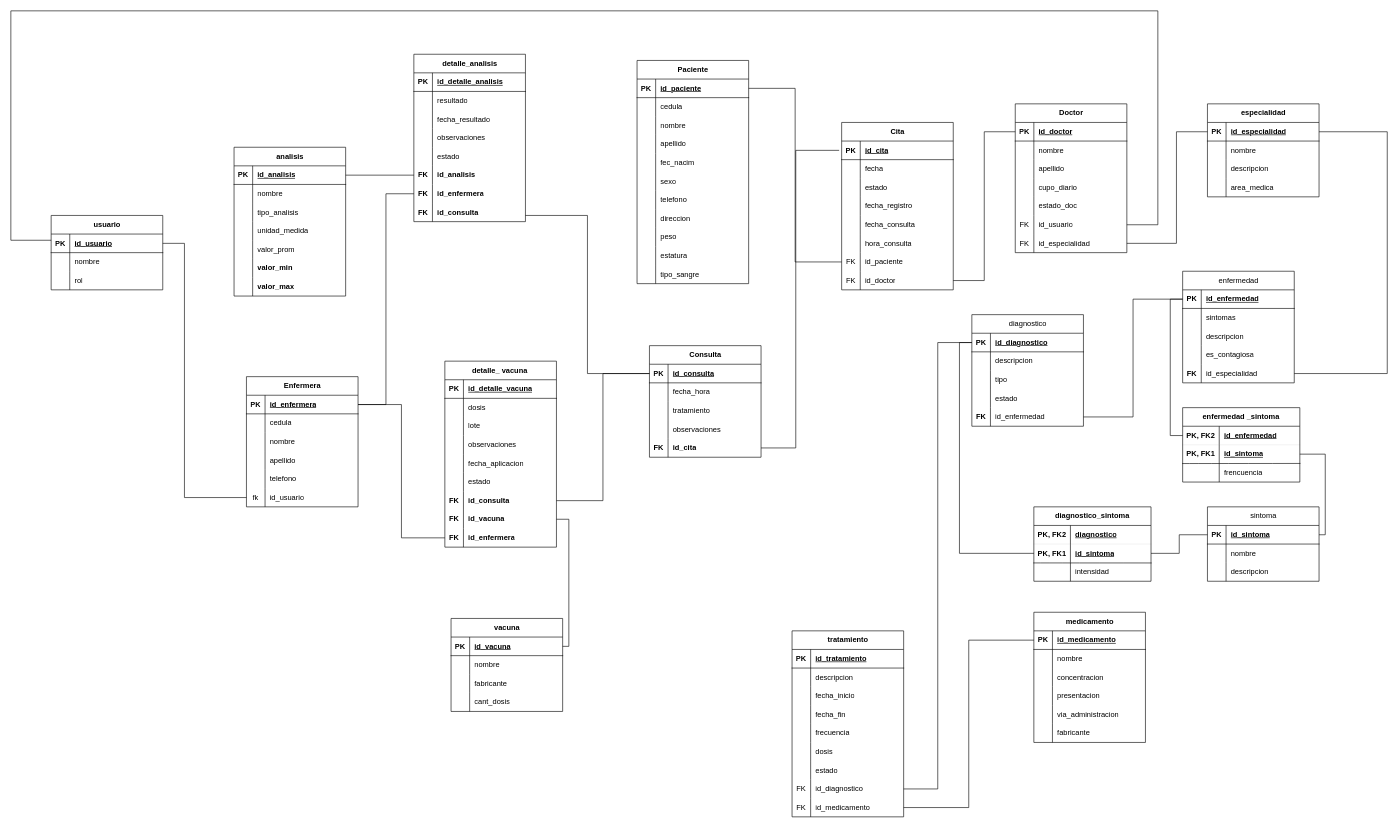
Above: MR_proyecto_final.drawio in lizmarietorres123/ProyectoFinalBD (draw.io), before the change. Source tidied: cells renumbered, new cells numbered last; positions are measured from the earlier drawing's top-left corner, leaving out a move shared by most shapes. Both pictures are drawn from the tidied source at 62%, with x=0, y=0 at pixel (11, 11).
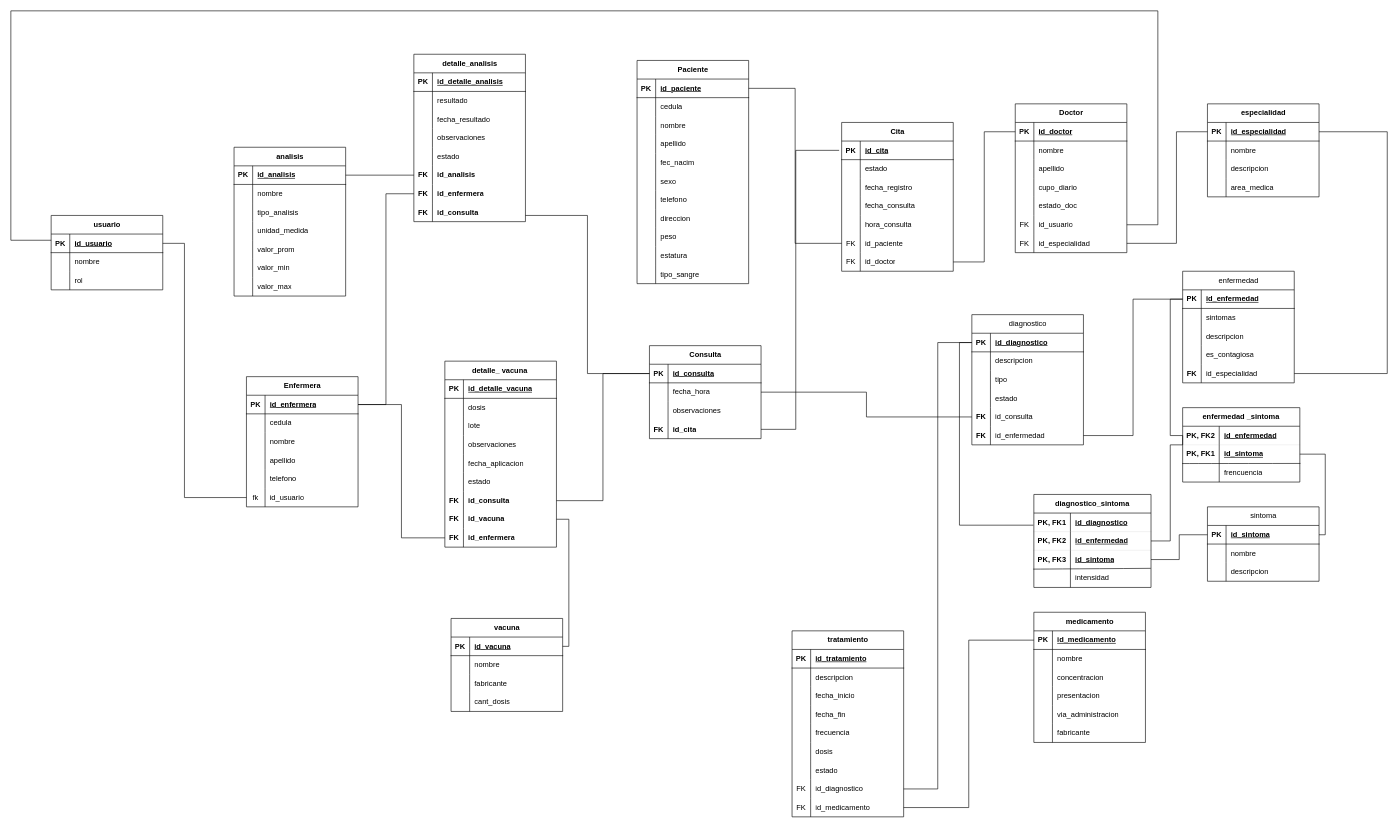
The same page after the edit.

Unchanged cells that the change refers to:
```xml
<mxCell id="99" style="shape=tableRow;horizontal=0;startSize=0;swimlaneHead=0;swimlaneBody=0;fillColor=none;points=[[0,0.5],[1,0.5]];portConstraint=eastwest;top=0;left=0;right=0;bottom=1;" parent="98" vertex="1">
  <mxGeometry y="30" width="180" height="30" as="geometry" />
</mxCell>
<mxCell id="126" style="shape=tableRow;horizontal=0;startSize=0;swimlaneHead=0;swimlaneBody=0;fillColor=none;points=[[0,0.5],[1,0.5]];portConstraint=eastwest;top=0;left=0;right=0;bottom=1;html=1;strokeWidth=0;" parent="125" vertex="1">
  <mxGeometry y="30" width="189" height="30" as="geometry" />
</mxCell>
<mxCell id="139" style="shape=tableRow;horizontal=0;startSize=0;swimlaneHead=0;swimlaneBody=0;fillColor=none;points=[[0,0.5],[1,0.5]];portConstraint=eastwest;top=0;left=0;right=0;bottom=1;" parent="138" vertex="1">
  <mxGeometry y="30" width="180" height="30" as="geometry" />
</mxCell>
<mxCell id="151" style="shape=tableRow;horizontal=0;startSize=0;swimlaneHead=0;swimlaneBody=0;fillColor=none;points=[[0,0.5],[1,0.5]];portConstraint=eastwest;top=0;left=0;right=0;bottom=0;" parent="138" vertex="1">
  <mxGeometry y="150" width="180" height="30" as="geometry" />
</mxCell>
<mxCell id="213" style="shape=tableRow;horizontal=0;startSize=0;swimlaneHead=0;swimlaneBody=0;fillColor=none;points=[[0,0.5],[1,0.5]];portConstraint=eastwest;top=0;left=0;right=0;bottom=0;" parent="209" vertex="1">
  <mxGeometry y="60" width="180" height="30" as="geometry" />
</mxCell>
<mxCell id="332" style="shape=tableRow;horizontal=0;startSize=0;swimlaneHead=0;swimlaneBody=0;fillColor=none;top=0;left=0;right=0;bottom=0;" parent="316" vertex="1">
  <mxGeometry y="180" width="180" height="30" as="geometry" />
</mxCell>
<mxCell id="335" style="shape=tableRow;horizontal=0;startSize=0;swimlaneHead=0;swimlaneBody=0;fillColor=none;top=0;left=0;right=0;bottom=0;" parent="316" vertex="1">
  <mxGeometry y="210" width="180" height="30" as="geometry" />
</mxCell>
<mxCell id="352" style="shape=tableRow;horizontal=0;startSize=0;swimlaneHead=0;swimlaneBody=0;fillColor=none;points=[[0,0.5],[1,0.5]];portConstraint=eastwest;top=0;left=0;right=0;bottom=1;html=1;strokeWidth=0;" parent="351" vertex="1">
  <mxGeometry y="30" width="189" height="30" as="geometry" />
</mxCell>
```

Diff of the diagram source:
```diff
@@
     <mxCell id="58" value="Cita" style="shape=table;startSize=30;childLayout=tableLayout;rowLines=0;fontStyle=1;align=center;html=1;" parent="1" vertex="1">
-      <mxGeometry x="1340" y="180" width="180" height="270" as="geometry" />
+      <mxGeometry x="1340" y="180" width="180" height="240" as="geometry" />
     </mxCell>
@@
-    <mxCell id="62" style="shape=tableRow;horizontal=0;startSize=0;swimlaneHead=0;swimlaneBody=0;fillColor=none;top=0;left=0;right=0;bottom=0;" parent="58" vertex="1">
-      <mxGeometry y="60" width="180" height="30" as="geometry" />
-    </mxCell>
-    <mxCell id="63" style="shape=partialRectangle;fillColor=none;top=0;left=0;bottom=0;right=0;overflow=hidden;whiteSpace=wrap;html=1;" parent="62" vertex="1">
-      <mxGeometry width="30" height="30" as="geometry" />
-    </mxCell>
-    <mxCell id="64" value="fecha" style="shape=partialRectangle;fillColor=none;top=0;left=0;bottom=0;right=0;align=left;spacingLeft=6;overflow=hidden;whiteSpace=wrap;html=1;" parent="62" vertex="1">
-      <mxGeometry x="30" width="150" height="30" as="geometry" />
-    </mxCell>
     <mxCell id="65" style="shape=tableRow;horizontal=0;startSize=0;swimlaneHead=0;swimlaneBody=0;fillColor=none;top=0;left=0;right=0;bottom=0;" parent="58" vertex="1">
-      <mxGeometry y="90" width="180" height="30" as="geometry" />
+      <mxGeometry y="60" width="180" height="30" as="geometry" />
     </mxCell>
@@
     <mxCell id="68" style="shape=tableRow;horizontal=0;startSize=0;swimlaneHead=0;swimlaneBody=0;fillColor=none;top=0;left=0;right=0;bottom=0;" parent="58" vertex="1">
-      <mxGeometry y="120" width="180" height="30" as="geometry" />
+      <mxGeometry y="90" width="180" height="30" as="geometry" />
     </mxCell>
@@
     <mxCell id="71" style="shape=tableRow;horizontal=0;startSize=0;swimlaneHead=0;swimlaneBody=0;fillColor=none;top=0;left=0;right=0;bottom=0;" parent="58" vertex="1">
-      <mxGeometry y="150" width="180" height="30" as="geometry" />
+      <mxGeometry y="120" width="180" height="30" as="geometry" />
     </mxCell>
@@
     <mxCell id="74" style="shape=tableRow;horizontal=0;startSize=0;swimlaneHead=0;swimlaneBody=0;fillColor=none;top=0;left=0;right=0;bottom=0;" parent="58" vertex="1">
-      <mxGeometry y="180" width="180" height="30" as="geometry" />
+      <mxGeometry y="150" width="180" height="30" as="geometry" />
     </mxCell>
@@
     <mxCell id="77" style="shape=tableRow;horizontal=0;startSize=0;swimlaneHead=0;swimlaneBody=0;fillColor=none;points=[[0,0.5],[1,0.5]];portConstraint=eastwest;top=0;left=0;right=0;bottom=0;" parent="58" vertex="1">
-      <mxGeometry y="210" width="180" height="30" as="geometry" />
+      <mxGeometry y="180" width="180" height="30" as="geometry" />
     </mxCell>
@@
     <mxCell id="80" style="shape=tableRow;horizontal=0;startSize=0;swimlaneHead=0;swimlaneBody=0;fillColor=none;points=[[0,0.5],[1,0.5]];portConstraint=eastwest;top=0;left=0;right=0;bottom=0;" parent="58" vertex="1">
-      <mxGeometry y="240" width="180" height="30" as="geometry" />
+      <mxGeometry y="210" width="180" height="30" as="geometry" />
     </mxCell>
@@
     <mxCell id="138" value="diagnostico" style="shape=table;startSize=30;childLayout=tableLayout;rowLines=0;fontStyle=0;align=center;html=1;" parent="1" vertex="1">
-      <mxGeometry x="1550" y="490" width="180" height="180" as="geometry" />
+      <mxGeometry x="1550" y="490" width="180" height="210" as="geometry" />
     </mxCell>
@@
-    <mxCell id="153" value="&lt;span style=&quot;font-weight: 400;&quot;&gt;id_enfermedad&lt;/span&gt;" style="shape=partialRectangle;fillColor=none;top=0;left=0;bottom=0;right=0;align=left;spacingLeft=6;overflow=hidden;whiteSpace=wrap;html=1;fontStyle=1;" parent="151" vertex="1">
+    <mxCell id="153" value="&lt;span style=&quot;font-weight: 400;&quot;&gt;id_consulta&lt;/span&gt;" style="shape=partialRectangle;fillColor=none;top=0;left=0;bottom=0;right=0;align=left;spacingLeft=6;overflow=hidden;whiteSpace=wrap;html=1;fontStyle=1;" parent="151" vertex="1">
       <mxGeometry x="30" width="150" height="30" as="geometry" />
     </mxCell>
+    <mxCell id="362" style="shape=tableRow;horizontal=0;startSize=0;swimlaneHead=0;swimlaneBody=0;fillColor=none;points=[[0,0.5],[1,0.5]];portConstraint=eastwest;top=0;left=0;right=0;bottom=0;" parent="138" vertex="1">
+      <mxGeometry y="180" width="180" height="30" as="geometry" />
+    </mxCell>
+    <mxCell id="363" value="FK" style="shape=partialRectangle;fillColor=none;top=0;left=0;bottom=0;right=0;overflow=hidden;whiteSpace=wrap;html=1;fontStyle=1;" parent="362" vertex="1">
+      <mxGeometry width="30" height="30" as="geometry" />
+    </mxCell>
+    <mxCell id="364" value="&lt;span style=&quot;font-weight: 400;&quot;&gt;id_enfermedad&lt;/span&gt;" style="shape=partialRectangle;fillColor=none;top=0;left=0;bottom=0;right=0;align=left;spacingLeft=6;overflow=hidden;whiteSpace=wrap;html=1;fontStyle=1;" parent="362" vertex="1">
+      <mxGeometry x="30" width="150" height="30" as="geometry" />
+    </mxCell>
-    <mxCell id="154" style="edgeStyle=orthogonalEdgeStyle;rounded=0;jettySize=auto;html=1;endArrow=none;endFill=0;" parent="1" edge="1" source="99" target="151">
+    <mxCell id="154" style="edgeStyle=orthogonalEdgeStyle;rounded=0;jettySize=auto;html=1;endArrow=none;endFill=0;entryX=1;entryY=0.5;entryDx=0;entryDy=0;" parent="1" edge="1" source="99" target="362">
       <mxGeometry relative="1" as="geometry" />
     </mxCell>
@@
     <mxCell id="156" value="&lt;span style=&quot;font-weight: 400;&quot;&gt;intensidad&lt;/span&gt;" style="shape=partialRectangle;fillColor=none;top=0;left=0;bottom=0;right=0;align=left;spacingLeft=6;overflow=hidden;whiteSpace=wrap;html=1;fontStyle=1;" parent="1" vertex="1">
-      <mxGeometry x="1709" y="890" width="130" height="30" as="geometry" />
+      <mxGeometry x="1709" y="900" width="130" height="30" as="geometry" />
     </mxCell>
@@
-    <mxCell id="158" style="edgeStyle=orthogonalEdgeStyle;rounded=0;jettySize=auto;html=1;endArrow=none;endFill=0;" parent="1" edge="1" source="139" target="355">
+    <mxCell id="158" style="edgeStyle=orthogonalEdgeStyle;rounded=0;jettySize=auto;html=1;endArrow=none;endFill=0;entryX=-0.004;entryY=0.652;entryDx=0;entryDy=0;entryPerimeter=0;" parent="1" edge="1" source="139" target="352">
       <mxGeometry relative="1" as="geometry">
         <Array as="points">
           <mxPoint x="1530" y="535" />
-          <mxPoint x="1530" y="875" />
+          <mxPoint x="1530" y="830" />
+          <mxPoint x="1649.2" y="830" />
         </Array>
       </mxGeometry>
     </mxCell>
@@
     <mxCell id="209" value="Consulta" style="shape=table;startSize=30;childLayout=tableLayout;rowLines=0;fontStyle=1;align=center;html=1;" parent="1" vertex="1">
-      <mxGeometry x="1030" y="540" width="180" height="180" as="geometry" />
+      <mxGeometry x="1030" y="540" width="180" height="150" as="geometry" />
     </mxCell>
@@
-    <mxCell id="216" style="shape=tableRow;horizontal=0;startSize=0;swimlaneHead=0;swimlaneBody=0;fillColor=none;top=0;left=0;right=0;bottom=0;" parent="209" vertex="1">
-      <mxGeometry y="90" width="180" height="30" as="geometry" />
-    </mxCell>
-    <mxCell id="217" style="shape=partialRectangle;fillColor=none;top=0;left=0;bottom=0;right=0;overflow=hidden;whiteSpace=wrap;html=1;" parent="216" vertex="1">
-      <mxGeometry width="30" height="30" as="geometry" />
-    </mxCell>
-    <mxCell id="218" value="tratamiento" style="shape=partialRectangle;fillColor=none;top=0;left=0;bottom=0;right=0;align=left;spacingLeft=6;overflow=hidden;whiteSpace=wrap;html=1;" parent="216" vertex="1">
-      <mxGeometry x="30" width="150" height="30" as="geometry" />
-    </mxCell>
     <mxCell id="219" style="shape=tableRow;horizontal=0;startSize=0;swimlaneHead=0;swimlaneBody=0;fillColor=none;top=0;left=0;right=0;bottom=0;" parent="209" vertex="1">
-      <mxGeometry y="120" width="180" height="30" as="geometry" />
+      <mxGeometry y="90" width="180" height="30" as="geometry" />
     </mxCell>
@@
     <mxCell id="222" style="shape=tableRow;horizontal=0;startSize=0;swimlaneHead=0;swimlaneBody=0;fillColor=none;points=[[0,0.5],[1,0.5]];portConstraint=eastwest;top=0;left=0;right=0;bottom=0;" parent="209" vertex="1">
-      <mxGeometry y="150" width="180" height="30" as="geometry" />
+      <mxGeometry y="120" width="180" height="30" as="geometry" />
     </mxCell>
@@
-    <mxCell id="225" style="edgeStyle=orthogonalEdgeStyle;rounded=0;jettySize=auto;html=1;endArrow=none;endFill=0;" parent="1" edge="1" target="222">
+    <mxCell id="225" style="edgeStyle=orthogonalEdgeStyle;rounded=0;jettySize=auto;html=1;endArrow=none;endFill=0;entryX=1;entryY=0.5;entryDx=0;entryDy=0;" parent="1" edge="1" target="222">
       <mxGeometry relative="1" as="geometry">
         <mxPoint x="1336" y="225" as="sourcePoint" />
         <Array as="points">
           <mxPoint x="1266" y="225" />
-          <mxPoint x="1266" y="705" />
+          <mxPoint x="1266" y="675" />
         </Array>
       </mxGeometry>
     </mxCell>
@@
-    <mxCell id="334" value="valor_min" style="shape=partialRectangle;fillColor=none;top=0;left=0;bottom=0;right=0;align=left;spacingLeft=6;overflow=hidden;whiteSpace=wrap;html=1;fontStyle=1;" parent="332" vertex="1">
+    <mxCell id="334" value="&lt;span style=&quot;font-weight: normal;&quot;&gt;valor_min&lt;/span&gt;" style="shape=partialRectangle;fillColor=none;top=0;left=0;bottom=0;right=0;align=left;spacingLeft=6;overflow=hidden;whiteSpace=wrap;html=1;fontStyle=1;" parent="332" vertex="1">
       <mxGeometry x="30" width="150" height="30" as="geometry" />
     </mxCell>
@@
-    <mxCell id="337" value="valor_max" style="shape=partialRectangle;fillColor=none;top=0;left=0;bottom=0;right=0;align=left;spacingLeft=6;overflow=hidden;whiteSpace=wrap;html=1;fontStyle=1;" parent="335" vertex="1">
+    <mxCell id="337" value="&lt;span style=&quot;font-weight: normal;&quot;&gt;valor_max&lt;/span&gt;" style="shape=partialRectangle;fillColor=none;top=0;left=0;bottom=0;right=0;align=left;spacingLeft=6;overflow=hidden;whiteSpace=wrap;html=1;fontStyle=1;" parent="335" vertex="1">
       <mxGeometry x="30" width="150" height="30" as="geometry" />
     </mxCell>
@@
+    <mxCell id="365" style="edgeStyle=orthogonalEdgeStyle;rounded=0;jettySize=auto;html=1;entryX=0;entryY=0.5;entryDx=0;entryDy=0;fontFamily=Helvetica;fontSize=12;fontColor=default;endArrow=none;endFill=0;" parent="1" edge="1" source="213" target="151">
+      <mxGeometry relative="1" as="geometry" />
+    </mxCell>
     <mxCell id="351" value="diagnostico_sintoma" style="shape=table;startSize=30;childLayout=tableLayout;rowLines=0;fontStyle=1;align=center;html=1;whiteSpace=wrap;" parent="1" vertex="1">
-      <mxGeometry x="1650" y="800" width="189" height="120" as="geometry" />
+      <mxGeometry x="1650" y="780" width="189" height="150" as="geometry" />
     </mxCell>
@@
-    <mxCell id="353" value="PK, FK2" style="shape=partialRectangle;fillColor=none;top=0;left=0;bottom=0;right=0;fontStyle=1;overflow=hidden;html=1;whiteSpace=wrap;" parent="352" vertex="1">
+    <mxCell id="353" value="PK, FK1" style="shape=partialRectangle;fillColor=none;top=0;left=0;bottom=0;right=0;fontStyle=1;overflow=hidden;html=1;whiteSpace=wrap;" parent="352" vertex="1">
       <mxGeometry width="59" height="30" as="geometry" />
     </mxCell>
-    <mxCell id="354" value="diagnostico" style="shape=partialRectangle;fillColor=none;top=0;left=0;bottom=0;right=0;align=left;spacingLeft=6;fontStyle=5;overflow=hidden;html=1;whiteSpace=wrap;" parent="352" vertex="1">
+    <mxCell id="354" value="id_diagnostico" style="shape=partialRectangle;fillColor=none;top=0;left=0;bottom=0;right=0;align=left;spacingLeft=6;fontStyle=5;overflow=hidden;html=1;whiteSpace=wrap;" parent="352" vertex="1">
       <mxGeometry x="59" width="130" height="30" as="geometry" />
     </mxCell>
+    <mxCell id="366" style="shape=tableRow;horizontal=0;startSize=0;swimlaneHead=0;swimlaneBody=0;fillColor=none;points=[[0,0.5],[1,0.5]];portConstraint=eastwest;top=0;left=0;right=0;bottom=1;html=1;strokeWidth=0;" parent="351" vertex="1">
+      <mxGeometry y="60" width="189" height="30" as="geometry" />
+    </mxCell>
+    <mxCell id="367" value="PK, FK2" style="shape=partialRectangle;fillColor=none;top=0;left=0;bottom=0;right=0;fontStyle=1;overflow=hidden;html=1;whiteSpace=wrap;" parent="366" vertex="1">
+      <mxGeometry width="59" height="30" as="geometry" />
+    </mxCell>
+    <mxCell id="368" value="id_enfermedad" style="shape=partialRectangle;fillColor=none;top=0;left=0;bottom=0;right=0;align=left;spacingLeft=6;fontStyle=5;overflow=hidden;html=1;whiteSpace=wrap;" parent="366" vertex="1">
+      <mxGeometry x="59" width="130" height="30" as="geometry" />
+    </mxCell>
     <mxCell id="355" style="shape=tableRow;horizontal=0;startSize=0;swimlaneHead=0;swimlaneBody=0;fillColor=none;points=[[0,0.5],[1,0.5]];portConstraint=eastwest;top=0;left=0;right=0;bottom=0;html=1;strokeWidth=1;strokeColor=inherit;" parent="351" vertex="1">
-      <mxGeometry y="60" width="189" height="30" as="geometry" />
+      <mxGeometry y="90" width="189" height="30" as="geometry" />
     </mxCell>
-    <mxCell id="356" value="PK, FK1" style="shape=partialRectangle;fillColor=none;top=0;left=0;bottom=0;right=0;fontStyle=1;overflow=hidden;html=1;whiteSpace=wrap;" parent="355" vertex="1">
+    <mxCell id="356" value="PK, FK3" style="shape=partialRectangle;fillColor=none;top=0;left=0;bottom=0;right=0;fontStyle=1;overflow=hidden;html=1;whiteSpace=wrap;" parent="355" vertex="1">
       <mxGeometry width="59" height="30" as="geometry" />
     </mxCell>
@@
     <mxCell id="358" style="shape=tableRow;horizontal=0;startSize=0;swimlaneHead=0;swimlaneBody=0;fillColor=none;top=0;left=0;right=0;bottom=0;html=1;" parent="351" vertex="1">
-      <mxGeometry y="90" width="189" height="30" as="geometry" />
+      <mxGeometry y="120" width="189" height="30" as="geometry" />
     </mxCell>
@@
-    <mxCell id="361" style="endArrow=none;html=1;rounded=0;fontFamily=Helvetica;fontSize=12;fontColor=default;startSize=8;endSize=8;curved=1;exitX=-0.005;exitY=1.015;exitDx=0;exitDy=0;exitPerimeter=0;" parent="351" edge="1" source="355">
-      <mxGeometry relative="1" as="geometry">
-        <mxPoint x="190" y="90.5" as="targetPoint" />
-      </mxGeometry>
+    <mxCell id="361" style="endArrow=none;html=1;rounded=0;fontFamily=Helvetica;fontSize=12;fontColor=default;startSize=8;endSize=8;curved=1;exitX=-0.005;exitY=1.015;exitDx=0;exitDy=0;exitPerimeter=0;entryX=0.998;entryY=0.972;entryDx=0;entryDy=0;entryPerimeter=0;" parent="351" edge="1" source="355" target="355">
+      <mxGeometry relative="1" as="geometry" />
     </mxCell>
+    <mxCell id="369" style="edgeStyle=orthogonalEdgeStyle;rounded=0;jettySize=auto;html=1;entryX=0;entryY=0.5;entryDx=0;entryDy=0;fontFamily=Helvetica;fontSize=12;fontColor=default;endArrow=none;endFill=0;" parent="1" edge="1" source="366" target="126">
+      <mxGeometry relative="1" as="geometry">
+        <Array as="points">
+          <mxPoint x="1870" y="855" />
+          <mxPoint x="1870" y="700" />
+          <mxPoint x="1890" y="700" />
+        </Array>
+      </mxGeometry>
+    </mxCell>
```
